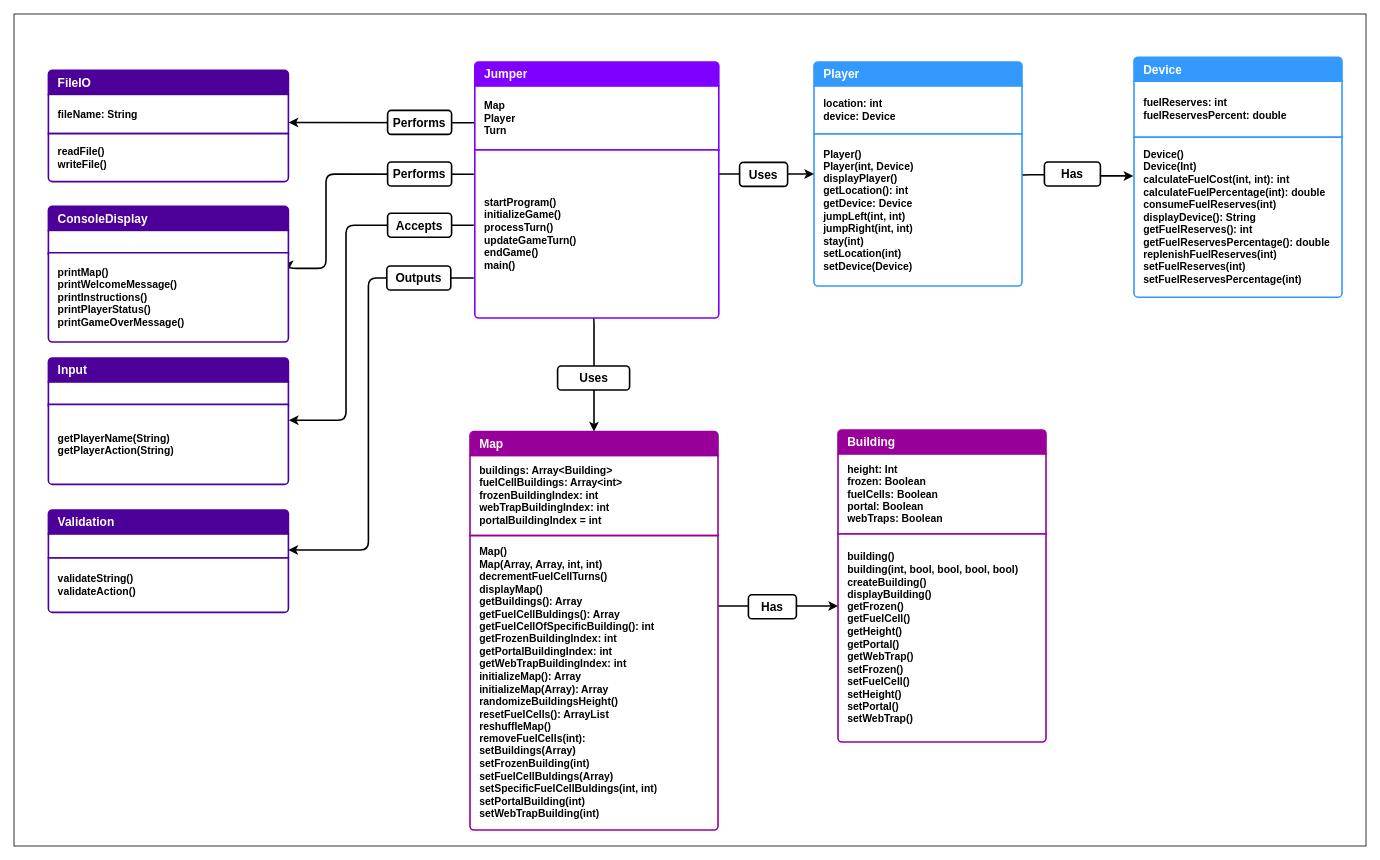
Earlier version of the draw.io diagram Java Programming/Assignment Java Jumper/doc/ClassDiagram.drawio (ByteToBits/CompScience). Source tidied: cells renumbered, new cells numbered last; positions are measured from the earlier drawing's top-left corner, leaving out a move shared by most shapes. Both pictures are drawn from the tidied source at 80%, with x=0, y=0 at pixel (14, 14).
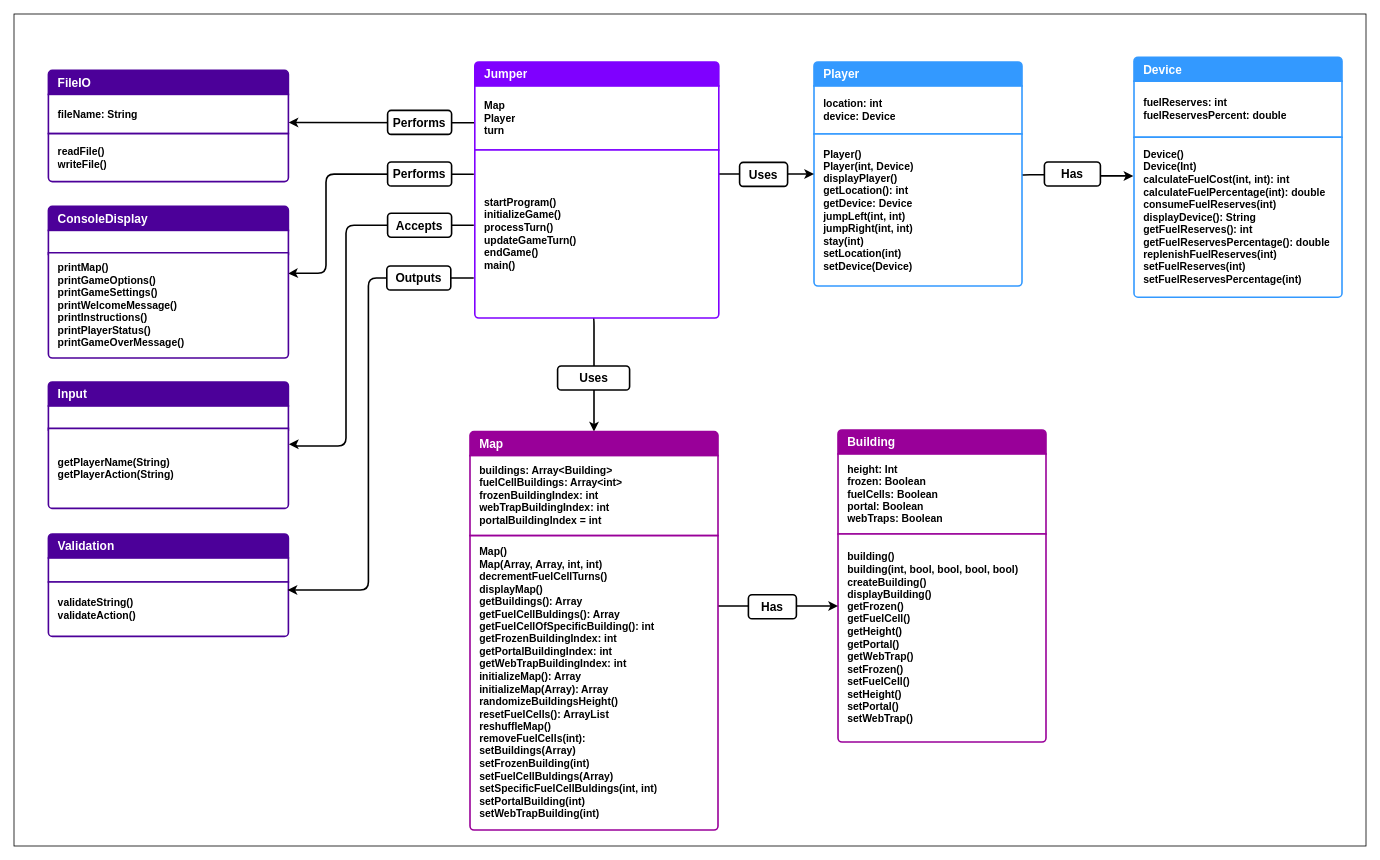
The same page after the edit.

Commit message (it also covers changes not shown here):
Display Class

The change refers to these unchanged cells:
```xml
<mxCell id="47" value="startProgram()&lt;div&gt;initializeGame()&lt;/div&gt;&lt;div&gt;processTurn()&lt;/div&gt;&lt;div&gt;updateGameTurn()&lt;/div&gt;&lt;div&gt;endGame()&lt;/div&gt;&lt;div&gt;main()&lt;/div&gt;" style="text;strokeColor=#7F00FF;fillColor=#FFFFFF;align=left;verticalAlign=middle;spacingLeft=10;spacingRight=10;overflow=hidden;points=[[0,0.5],[1,0.5]];portConstraint=eastwest;whiteSpace=wrap;html=1;shape=mxgraph.bootstrap.bottomButton;rSize=5;fontColor=#000000;strokeWidth=2;labelPadding=0;labelBorderColor=none;fontSize=13;fontStyle=1;shadow=0;perimeterSpacing=0;swimlaneLine=0;" parent="1" vertex="1">
  <mxGeometry x="576" y="170" width="305" height="210" as="geometry" />
</mxCell>
```

The edit, as a diff of the source:
```diff
@@
-    <mxCell id="7" value="Map&lt;div&gt;Player&lt;/div&gt;&lt;div&gt;Turn&lt;/div&gt;" style="text;strokeColor=#7F00FF;fillColor=#FFFFFF;align=left;verticalAlign=middle;spacingLeft=10;spacingRight=10;overflow=hidden;points=[[0,0.5],[1,0.5]];portConstraint=eastwest;whiteSpace=wrap;html=1;rSize=5;fontColor=#000000;strokeWidth=2;labelPadding=0;labelBorderColor=none;fontSize=13;fontStyle=1;shadow=0;perimeterSpacing=0;swimlaneLine=0;" parent="1" vertex="1">
+    <mxCell id="7" value="Map&lt;div&gt;Player&lt;/div&gt;&lt;div&gt;turn&lt;/div&gt;" style="text;strokeColor=#7F00FF;fillColor=#FFFFFF;align=left;verticalAlign=middle;spacingLeft=10;spacingRight=10;overflow=hidden;points=[[0,0.5],[1,0.5]];portConstraint=eastwest;whiteSpace=wrap;html=1;rSize=5;fontColor=#000000;strokeWidth=2;labelPadding=0;labelBorderColor=none;fontSize=13;fontStyle=1;shadow=0;perimeterSpacing=0;swimlaneLine=0;" parent="1" vertex="1">
       <mxGeometry x="576" y="90" width="305" height="80" as="geometry" />
     </mxCell>
     <mxCell id="8" value="Validation" style="text;strokeColor=#4C0099;fillColor=#4C0099;align=left;verticalAlign=middle;spacingLeft=10;spacingRight=10;overflow=hidden;whiteSpace=wrap;html=1;shape=mxgraph.bootstrap.topButton;rSize=5;fontColor=#ffffff;labelBackgroundColor=none;fontSize=15;fontStyle=1;fontFamily=Helvetica;strokeWidth=2;labelPadding=0;labelBorderColor=none;shadow=0;perimeterSpacing=0;swimlaneLine=0;" parent="1" vertex="1">
-      <mxGeometry x="43" y="620" width="300" height="30" as="geometry" />
+      <mxGeometry x="43" y="650" width="300" height="30" as="geometry" />
     </mxCell>
     <mxCell id="9" style="text;strokeColor=#4C0099;fillColor=#FFFFFF;align=left;verticalAlign=middle;spacingLeft=10;spacingRight=10;overflow=hidden;whiteSpace=wrap;html=1;rSize=5;fontColor=#000000;strokeWidth=2;labelPadding=0;labelBorderColor=none;fontSize=13;fontStyle=1;shadow=0;perimeterSpacing=0;swimlaneLine=0;" parent="1" vertex="1">
-      <mxGeometry x="43" y="650" width="300" height="30" as="geometry" />
+      <mxGeometry x="43" y="680" width="300" height="30" as="geometry" />
     </mxCell>
     <mxCell id="10" value="validateString()&lt;div&gt;validateAction()&lt;/div&gt;" style="text;strokeColor=#4C0099;fillColor=#FFFFFF;align=left;verticalAlign=middle;spacingLeft=10;spacingRight=10;overflow=hidden;whiteSpace=wrap;html=1;shape=mxgraph.bootstrap.bottomButton;rSize=5;fontColor=#000000;strokeWidth=2;labelPadding=0;labelBorderColor=none;fontSize=13;fontStyle=1;shadow=0;perimeterSpacing=0;swimlaneLine=0;" parent="1" vertex="1">
-      <mxGeometry x="43" y="680" width="300" height="68" as="geometry" />
+      <mxGeometry x="43" y="710" width="300" height="68" as="geometry" />
     </mxCell>
     <mxCell id="11" value="Input" style="text;strokeColor=#4C0099;fillColor=#4C0099;align=left;verticalAlign=middle;spacingLeft=10;spacingRight=10;overflow=hidden;whiteSpace=wrap;html=1;shape=mxgraph.bootstrap.topButton;rSize=5;fontColor=#ffffff;labelBackgroundColor=none;fontSize=15;fontStyle=1;fontFamily=Helvetica;strokeWidth=2;labelPadding=0;labelBorderColor=none;shadow=0;perimeterSpacing=0;swimlaneLine=0;" parent="1" vertex="1">
-      <mxGeometry x="43" y="430" width="300" height="30" as="geometry" />
+      <mxGeometry x="43" y="460" width="300" height="30" as="geometry" />
     </mxCell>
     <mxCell id="12" style="text;strokeColor=#4C0099;fillColor=#FFFFFF;align=left;verticalAlign=middle;spacingLeft=10;spacingRight=10;overflow=hidden;whiteSpace=wrap;html=1;rSize=5;fontColor=#000000;strokeWidth=2;labelPadding=0;labelBorderColor=none;fontSize=13;fontStyle=1;shadow=0;perimeterSpacing=0;swimlaneLine=0;" parent="1" vertex="1">
-      <mxGeometry x="43" y="460" width="300" height="30" as="geometry" />
+      <mxGeometry x="43" y="490" width="300" height="30" as="geometry" />
     </mxCell>
     <mxCell id="13" value="getPlayerName(String)&lt;div&gt;getPlayerAction(String)&lt;/div&gt;" style="text;strokeColor=#4C0099;fillColor=#FFFFFF;align=left;verticalAlign=middle;spacingLeft=10;spacingRight=10;overflow=hidden;points=[[0,0.5],[1,0.5]];portConstraint=eastwest;whiteSpace=wrap;html=1;shape=mxgraph.bootstrap.bottomButton;rSize=5;fontColor=#000000;strokeWidth=2;labelPadding=0;labelBorderColor=none;fontSize=13;fontStyle=1;shadow=0;perimeterSpacing=0;swimlaneLine=0;" parent="1" vertex="1">
-      <mxGeometry x="43" y="488" width="300" height="100" as="geometry" />
+      <mxGeometry x="43" y="518" width="300" height="100" as="geometry" />
     </mxCell>
     <mxCell id="14" style="edgeStyle=orthogonalEdgeStyle;rounded=1;jettySize=auto;html=1;curved=0;strokeWidth=2;entryX=1.002;entryY=0.199;entryDx=0;entryDy=0;entryPerimeter=0;exitX=-0.004;exitY=0.448;exitDx=0;exitDy=0;exitPerimeter=0;" parent="1" edge="1" source="47" target="13">
       <mxGeometry relative="1" as="geometry">
         <Array as="points">
           <mxPoint x="415" y="264" />
-          <mxPoint x="415" y="508" />
+          <mxPoint x="415" y="540" />
+          <mxPoint x="350" y="540" />
+          <mxPoint x="350" y="538" />
         </Array>
       </mxGeometry>
     </mxCell>
-    <mxCell id="15" style="edgeStyle=orthogonalEdgeStyle;rounded=1;jettySize=auto;html=1;curved=0;strokeWidth=2;entryX=1.001;entryY=0.194;entryDx=0;entryDy=0;exitX=-0.004;exitY=0.144;exitDx=0;exitDy=0;exitPerimeter=0;entryPerimeter=0;" parent="1" edge="1" source="47" target="36">
+    <mxCell id="15" style="edgeStyle=orthogonalEdgeStyle;rounded=1;jettySize=auto;html=1;curved=0;strokeWidth=2;entryX=0.999;entryY=0.197;entryDx=0;entryDy=0;exitX=-0.004;exitY=0.144;exitDx=0;exitDy=0;exitPerimeter=0;entryPerimeter=0;" parent="1" edge="1" source="47" target="36">
       <mxGeometry relative="1" as="geometry">
         <Array as="points">
           <mxPoint x="390" y="200" />
-          <mxPoint x="390" y="318" />
+          <mxPoint x="390" y="324" />
+          <mxPoint x="350" y="324" />
         </Array>
       </mxGeometry>
     </mxCell>
@@
-    <mxCell id="36" value="printMap()&lt;div&gt;printWelcomeMessage()&lt;br&gt;&lt;div&gt;printInstructions()&lt;/div&gt;&lt;div&gt;printPlayerStatus()&lt;/div&gt;&lt;div&gt;printGameOverMessage()&lt;/div&gt;&lt;/div&gt;" style="text;strokeColor=#4C0099;fillColor=#FFFFFF;align=left;verticalAlign=middle;spacingLeft=10;spacingRight=10;overflow=hidden;points=[[0,0.5],[1,0.5]];portConstraint=eastwest;whiteSpace=wrap;html=1;shape=mxgraph.bootstrap.bottomButton;rSize=5;fontColor=#000000;strokeWidth=2;labelPadding=0;labelBorderColor=none;fontSize=13;fontStyle=1;shadow=0;perimeterSpacing=0;swimlaneLine=0;" parent="1" vertex="1">
-      <mxGeometry x="43" y="298.5" width="300" height="111.5" as="geometry" />
+    <mxCell id="36" value="printMap()&lt;div&gt;printGameOptions()&lt;/div&gt;&lt;div&gt;printGameSettings()&lt;br&gt;&lt;div&gt;printWelcomeMessage()&lt;br&gt;&lt;div&gt;printInstructions()&lt;/div&gt;&lt;div&gt;printPlayerStatus()&lt;/div&gt;&lt;div&gt;printGameOverMessage()&lt;/div&gt;&lt;/div&gt;&lt;/div&gt;" style="text;strokeColor=#4C0099;fillColor=#FFFFFF;align=left;verticalAlign=middle;spacingLeft=10;spacingRight=10;overflow=hidden;points=[[0,0.5],[1,0.5]];portConstraint=eastwest;whiteSpace=wrap;html=1;shape=mxgraph.bootstrap.bottomButton;rSize=5;fontColor=#000000;strokeWidth=2;labelPadding=0;labelBorderColor=none;fontSize=13;fontStyle=1;shadow=0;perimeterSpacing=0;swimlaneLine=0;" parent="1" vertex="1">
+      <mxGeometry x="43" y="298.5" width="300" height="131.5" as="geometry" />
     </mxCell>
     <mxCell id="37" style="edgeStyle=orthogonalEdgeStyle;rounded=1;orthogonalLoop=1;jettySize=auto;html=1;curved=0;strokeWidth=2;exitX=-0.001;exitY=0.762;exitDx=0;exitDy=0;exitPerimeter=0;" parent="1" edge="1">
       <mxGeometry relative="1" as="geometry">
         <mxPoint x="574.7" y="330" as="sourcePoint" />
-        <mxPoint x="343" y="670" as="targetPoint" />
+        <mxPoint x="342" y="720" as="targetPoint" />
         <Array as="points">
           <mxPoint x="443" y="330" />
-          <mxPoint x="443" y="670" />
+          <mxPoint x="443" y="720" />
+          <mxPoint x="342" y="720" />
         </Array>
       </mxGeometry>
     </mxCell>
```
